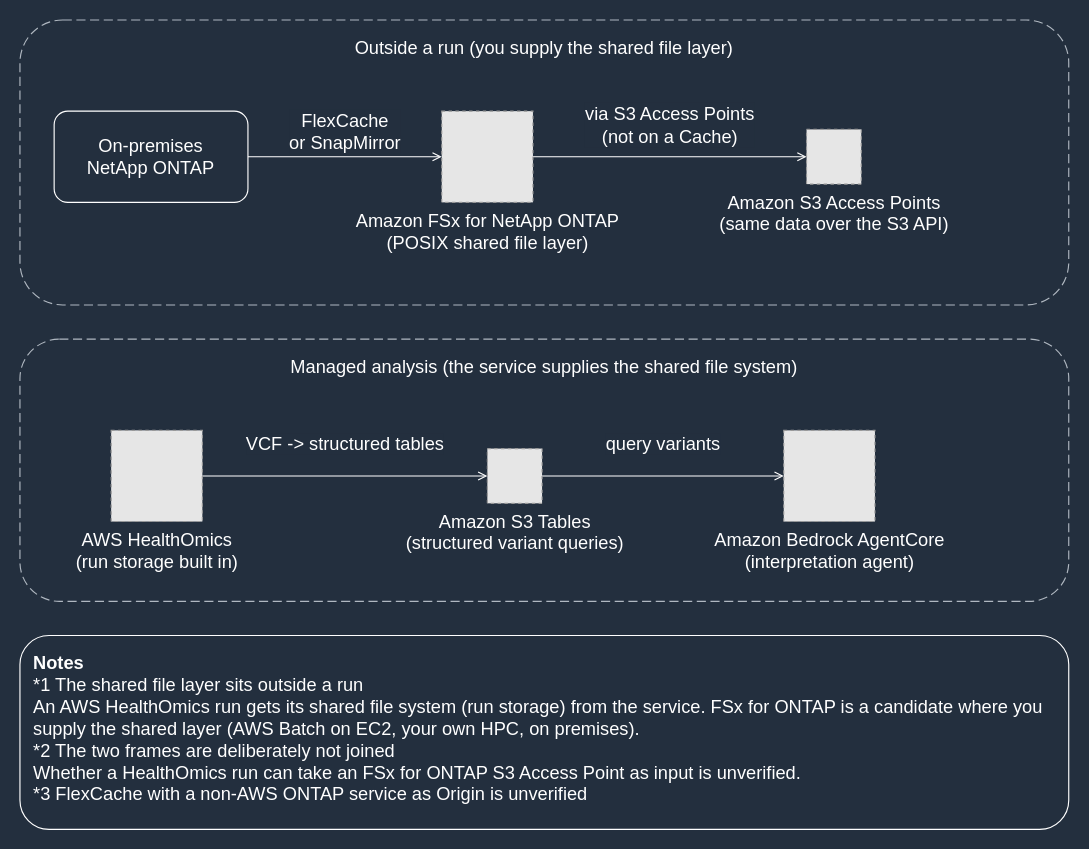
Above: docs/_assets/diagrams/genomics-hpc-data-layers-en-dark.drawio in Yoshiki0705/FSx-for-ONTAP-Adoption-Playbook (draw.io), before the change. Source tidied: cells renumbered, new cells numbered last; positions are measured from the earlier drawing's top-left corner, leaving out a move shared by most shapes. Both pictures are drawn from the tidied source at 114%, with x=0, y=0 at pixel (19, 19). Pictures stored in the file or linked from it are replaced by grey dashed boxes.
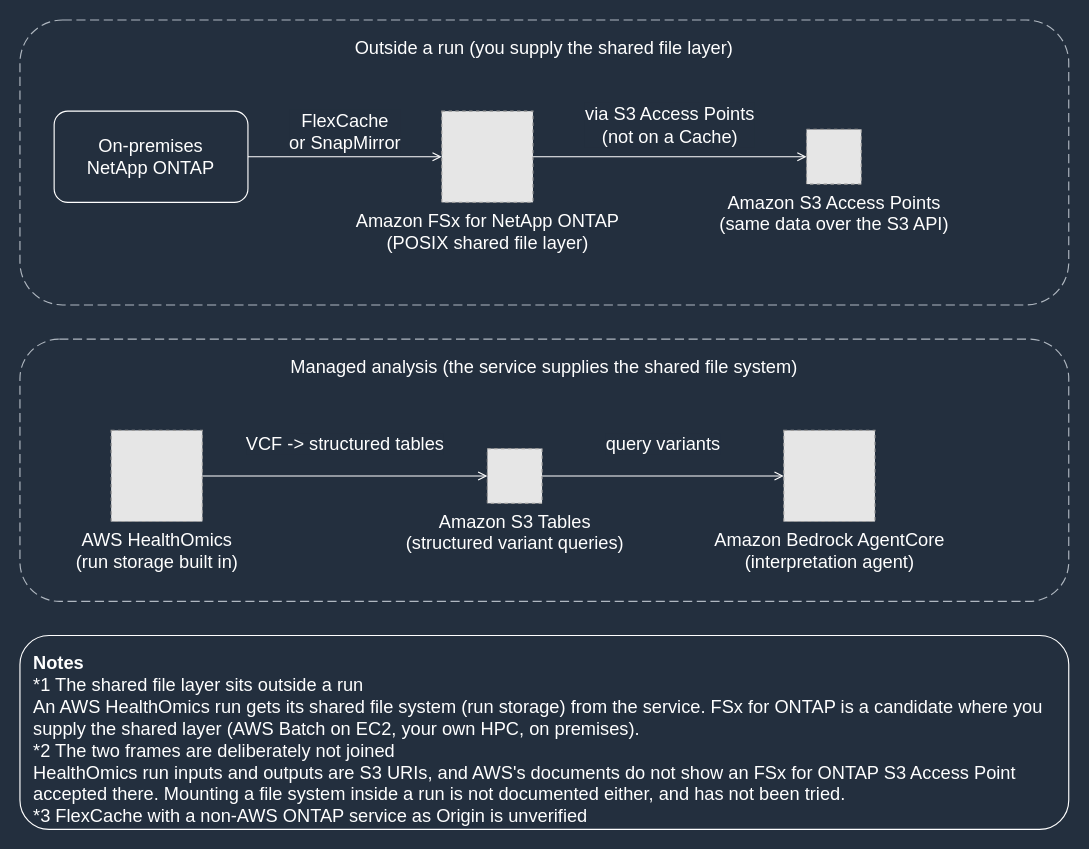
Above is the later version.

Change to the diagram source:
```diff
@@
 <mxGraphModel background="#232F3E">
   <root>
     <mxCell id="0" />
     <mxCell id="1" parent="0" />
     <mxCell id="2" value="FlexCache&lt;br&gt;or SnapMirror" style="edgeStyle=orthogonalEdgeStyle;rounded=0;html=1;endArrow=open;endFill=0;strokeColor=#FFFFFF;strokeWidth=1;fontSize=16;fontColor=#FFFFFF;labelBackgroundColor=#232F3E;exitX=1.0;exitY=0.5;exitDx=0;exitDy=0;entryX=0.0;entryY=0.5;entryDx=0;entryDy=0;" parent="1" edge="1" source="8" target="10">
       <mxGeometry relative="1" as="geometry">
         <mxPoint y="-22" as="offset" />
       </mxGeometry>
     </mxCell>
     <mxCell id="3" value="via S3 Access Points&lt;br&gt;(not on a Cache)" style="edgeStyle=orthogonalEdgeStyle;rounded=0;html=1;endArrow=open;endFill=0;strokeColor=#FFFFFF;strokeWidth=1;fontSize=16;fontColor=#FFFFFF;labelBackgroundColor=#232F3E;exitX=1.0;exitY=0.5;exitDx=0;exitDy=0;entryX=0.0;entryY=0.5;entryDx=0;entryDy=0;" parent="1" edge="1" source="10" target="11">
       <mxGeometry relative="1" as="geometry">
         <mxPoint y="-28" as="offset" />
       </mxGeometry>
     </mxCell>
     <mxCell id="4" value="VCF -&amp;gt; structured tables" style="edgeStyle=orthogonalEdgeStyle;rounded=0;html=1;endArrow=open;endFill=0;strokeColor=#FFFFFF;strokeWidth=1;fontSize=16;fontColor=#FFFFFF;labelBackgroundColor=#232F3E;exitX=1.0;exitY=0.5;exitDx=0;exitDy=0;entryX=0.0;entryY=0.5;entryDx=0;entryDy=0;" parent="1" edge="1" source="12" target="13">
       <mxGeometry relative="1" as="geometry">
         <mxPoint y="-28" as="offset" />
       </mxGeometry>
     </mxCell>
     <mxCell id="5" value="query variants" style="edgeStyle=orthogonalEdgeStyle;rounded=0;html=1;endArrow=open;endFill=0;strokeColor=#FFFFFF;strokeWidth=1;fontSize=16;fontColor=#FFFFFF;labelBackgroundColor=#232F3E;exitX=1.0;exitY=0.5;exitDx=0;exitDy=0;entryX=0.0;entryY=0.5;entryDx=0;entryDy=0;" parent="1" edge="1" source="13" target="14">
       <mxGeometry relative="1" as="geometry">
         <mxPoint y="-28" as="offset" />
       </mxGeometry>
     </mxCell>
     <mxCell id="6" value="Outside a run (you supply the shared file layer)" style="rounded=1;whiteSpace=wrap;html=1;dashed=1;dashPattern=8 4;strokeColor=#B0B8C1;fillColor=none;fontColor=#FFFFFF;fontSize=16;verticalAlign=top;align=center;spacingTop=8;" parent="1" vertex="1">
       <mxGeometry width="920" height="250" as="geometry" />
     </mxCell>
     <mxCell id="7" value="Managed analysis (the service supplies the shared file system)" style="rounded=1;whiteSpace=wrap;html=1;dashed=1;dashPattern=8 4;strokeColor=#B0B8C1;fillColor=none;fontColor=#FFFFFF;fontSize=16;verticalAlign=top;align=center;spacingTop=8;" parent="1" vertex="1">
       <mxGeometry y="280" width="920" height="230" as="geometry" />
     </mxCell>
     <mxCell id="8" value="On-premises&lt;br&gt;NetApp ONTAP" style="rounded=1;whiteSpace=wrap;html=1;strokeColor=#FFFFFF;fillColor=none;fontColor=#FFFFFF;fontSize=16;verticalAlign=middle;align=center;" parent="1" vertex="1">
       <mxGeometry x="30" y="80" width="170" height="80" as="geometry" />
     </mxCell>
-    <mxCell id="9" value="&lt;b&gt;Notes&lt;/b&gt;&lt;br&gt;*1 The shared file layer sits outside a run&lt;br&gt;An AWS HealthOmics run gets its shared file system (run storage) from the service. FSx for ONTAP is a candidate where you supply the shared layer (AWS Batch on EC2, your own HPC, on premises).&lt;br&gt;*2 The two frames are deliberately not joined&lt;br&gt;Whether a HealthOmics run can take an FSx for ONTAP S3 Access Point as input is unverified.&lt;br&gt;*3 FlexCache with a non-AWS ONTAP service as Origin is unverified" style="rounded=1;whiteSpace=wrap;html=1;strokeColor=#FFFFFF;fillColor=none;fontColor=#FFFFFF;fontSize=16;verticalAlign=top;align=left;spacingLeft=10;spacingRight=10;spacingTop=8;" parent="1" vertex="1">
+    <mxCell id="9" value="&lt;b&gt;Notes&lt;/b&gt;&lt;br&gt;*1 The shared file layer sits outside a run&lt;br&gt;An AWS HealthOmics run gets its shared file system (run storage) from the service. FSx for ONTAP is a candidate where you supply the shared layer (AWS Batch on EC2, your own HPC, on premises).&lt;br&gt;*2 The two frames are deliberately not joined&lt;br&gt;HealthOmics run inputs and outputs are S3 URIs, and AWS's documents do not show an FSx for ONTAP S3 Access Point accepted there. Mounting a file system inside a run is not documented either, and has not been tried.&lt;br&gt;*3 FlexCache with a non-AWS ONTAP service as Origin is unverified" style="rounded=1;whiteSpace=wrap;html=1;strokeColor=#FFFFFF;fillColor=none;fontColor=#FFFFFF;fontSize=16;verticalAlign=top;align=left;spacingLeft=10;spacingRight=10;spacingTop=8;" parent="1" vertex="1">
       <mxGeometry y="540" width="920" height="170" as="geometry" />
     </mxCell>
     <mxCell id="10" value="Amazon FSx for NetApp ONTAP&lt;br&gt;(POSIX shared file layer)" style="fillColor=#E6E6E6;strokeColor=#999999;dashed=1;html=1;verticalLabelPosition=bottom;verticalAlign=top;labelPosition=center;align=center;fontSize=16;fontColor=#FFFFFF;" parent="1" vertex="1">
       <mxGeometry x="370" y="80" width="80" height="80" as="geometry" />
     </mxCell>
     <mxCell id="11" value="Amazon S3 Access Points&lt;br&gt;(same data over the S3 API)" style="fillColor=#E6E6E6;strokeColor=#999999;dashed=1;html=1;verticalLabelPosition=bottom;verticalAlign=top;labelPosition=center;align=center;fontSize=16;fontColor=#FFFFFF;" parent="1" vertex="1">
       <mxGeometry x="690" y="96" width="48" height="48" as="geometry" />
     </mxCell>
     <mxCell id="12" value="AWS HealthOmics&lt;br&gt;(run storage built in)" style="fillColor=#E6E6E6;strokeColor=#999999;dashed=1;html=1;verticalLabelPosition=bottom;verticalAlign=top;labelPosition=center;align=center;fontSize=16;fontColor=#FFFFFF;" parent="1" vertex="1">
       <mxGeometry x="80" y="360" width="80" height="80" as="geometry" />
     </mxCell>
     <mxCell id="13" value="Amazon S3 Tables&lt;br&gt;(structured variant queries)" style="fillColor=#E6E6E6;strokeColor=#999999;dashed=1;html=1;verticalLabelPosition=bottom;verticalAlign=top;labelPosition=center;align=center;fontSize=16;fontColor=#FFFFFF;" parent="1" vertex="1">
       <mxGeometry x="410" y="376" width="48" height="48" as="geometry" />
     </mxCell>
     <mxCell id="14" value="Amazon Bedrock AgentCore&lt;br&gt;(interpretation agent)" style="fillColor=#E6E6E6;strokeColor=#999999;dashed=1;html=1;verticalLabelPosition=bottom;verticalAlign=top;labelPosition=center;align=center;fontSize=16;fontColor=#FFFFFF;" parent="1" vertex="1">
       <mxGeometry x="670" y="360" width="80" height="80" as="geometry" />
     </mxCell>
   </root>
 </mxGraphModel>
```
